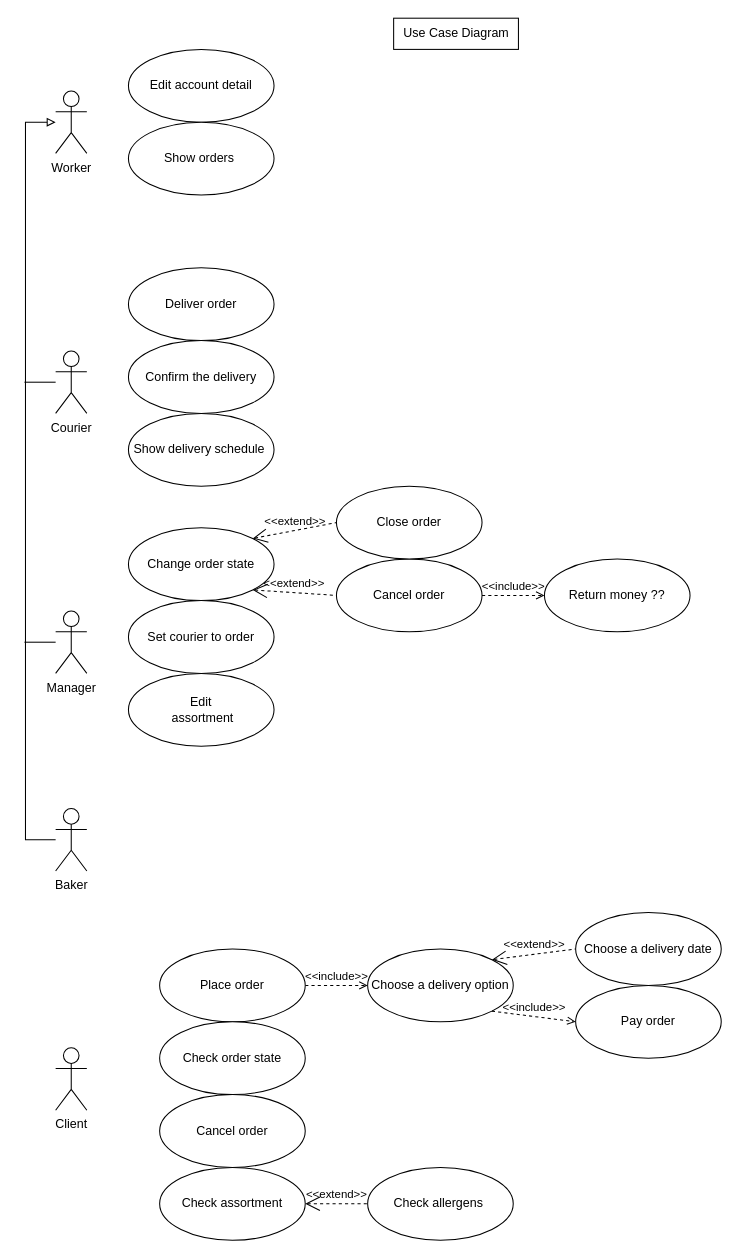
The draw.io diagram User-cases.drawio in ArturSultanov/ids-proj, before the edit. Source tidied: cells renumbered, new cells numbered last; positions are measured from the earlier drawing's top-left corner, leaving out a move shared by most shapes. Both pictures are drawn from the tidied source at 104%, with x=0, y=0 at pixel (24, 18).
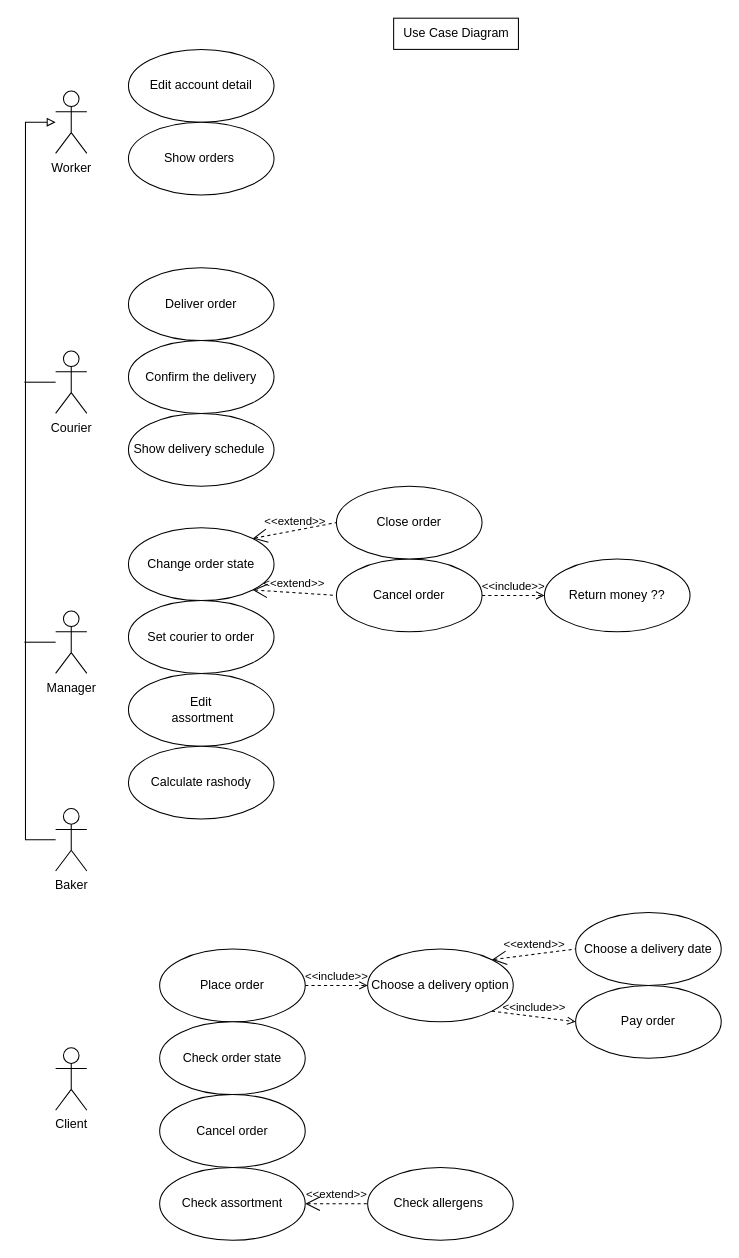
Above is the later version.

Diff of the diagram source:
```diff
@@
+    <mxCell id="37" value="Calculate rashody&lt;br&gt;" style="ellipse;whiteSpace=wrap;html=1;" parent="1" vertex="1">
+      <mxGeometry x="100" y="700" width="140" height="70" as="geometry" />
+    </mxCell>
```
